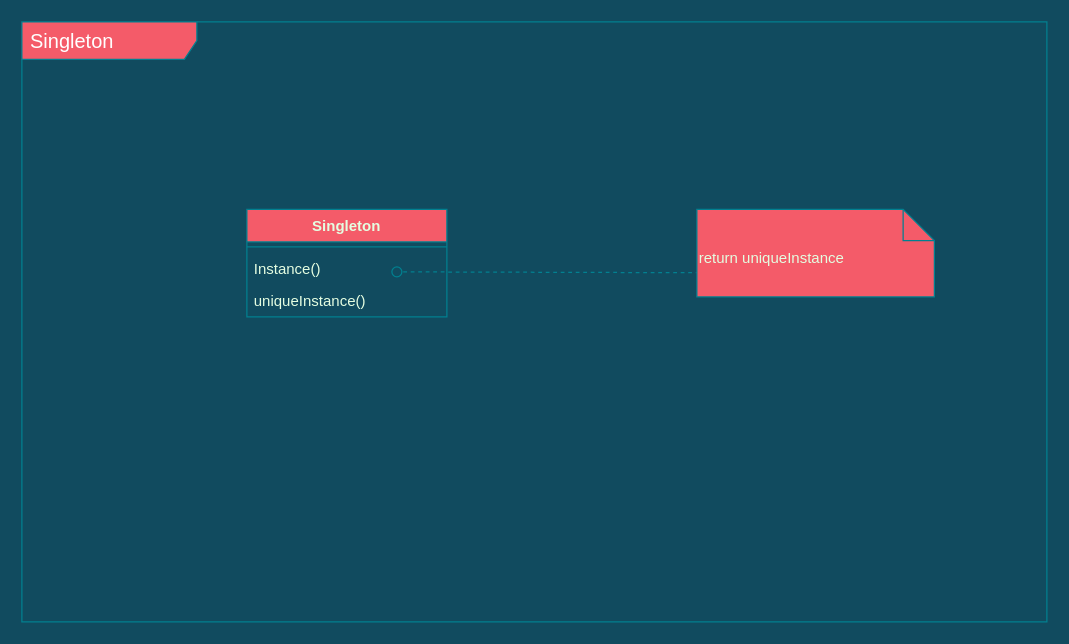
The draw.io diagram rhca.drawio in fanyixuanf/rhca, before the edit. Source tidied: cells renumbered, new cells numbered last; positions are measured from the earlier drawing's top-left corner, leaving out a move shared by most shapes. Both pictures are drawn from the tidied source at 125%, with x=0, y=0 at pixel (21, 21).
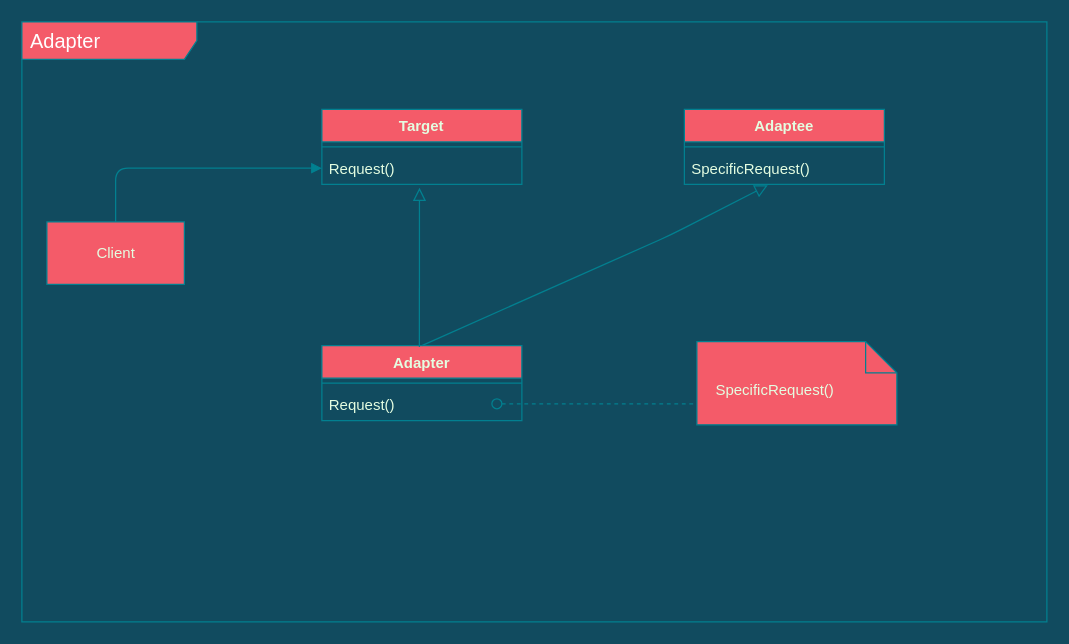
The same diagram, later.

The edit, as a diff of the source:
```diff
@@
-    <mxCell id="2" value="&lt;span style=&quot;font-size: 16px&quot;&gt;&lt;font color=&quot;#ffffff&quot;&gt;Singleton&lt;/font&gt;&lt;/span&gt;" style="shape=umlFrame;whiteSpace=wrap;html=1;width=140;height=30;boundedLbl=1;verticalAlign=middle;align=left;spacingLeft=5;fillColor=#F45B69;strokeColor=#028090;fontColor=#E4FDE1;" parent="1" vertex="1">
+    <mxCell id="2" value="&lt;span style=&quot;font-size: 16px&quot;&gt;&lt;font color=&quot;#ffffff&quot;&gt;Adapter&lt;/font&gt;&lt;/span&gt;" style="shape=umlFrame;whiteSpace=wrap;html=1;width=140;height=30;boundedLbl=1;verticalAlign=middle;align=left;spacingLeft=5;fillColor=#F45B69;strokeColor=#028090;fontColor=#E4FDE1;" parent="1" vertex="1">
       <mxGeometry width="820" height="480" as="geometry" />
     </mxCell>
-    <mxCell id="3" style="endArrow=oval;dashed=1;endFill=0;endSize=8;html=1;rounded=0;exitX=0.011;exitY=0.724;exitDx=0;exitDy=0;exitPerimeter=0;entryX=0.75;entryY=0.615;entryDx=0;entryDy=0;entryPerimeter=0;labelBackgroundColor=#114B5F;strokeColor=#028090;fontColor=#E4FDE1;" parent="1" edge="1" source="4" target="7">
-      <mxGeometry relative="1" as="geometry" />
-    </mxCell>
-    <mxCell id="4" value="return uniqueInstance" style="shape=note2;boundedLbl=1;whiteSpace=wrap;html=1;size=25;verticalAlign=top;align=left;rounded=0;sketch=0;fontColor=#E4FDE1;strokeColor=#028090;fillColor=#F45B69;" parent="1" vertex="1">
-      <mxGeometry x="540" y="150" width="190" height="70" as="geometry" />
+    <mxCell id="4" value="&amp;nbsp; &amp;nbsp; SpecificRequest()" style="shape=note2;boundedLbl=1;whiteSpace=wrap;html=1;size=25;verticalAlign=top;align=left;rounded=0;sketch=0;fontColor=#E4FDE1;strokeColor=#028090;fillColor=#F45B69;" parent="1" vertex="1">
+      <mxGeometry x="540" y="255.8" width="160" height="66.5" as="geometry" />
     </mxCell>
-    <mxCell id="5" value="Singleton" style="swimlane;fontStyle=1;align=center;verticalAlign=top;horizontal=1;startSize=26;fillColor=#F45B69;strokeColor=#028090;fontColor=#E4FDE1;" parent="1" vertex="1">
-      <mxGeometry x="180" y="150" width="160" height="86" as="geometry" />
+    <mxCell id="5" value="Adapter" style="swimlane;fontStyle=1;align=center;verticalAlign=top;horizontal=1;startSize=26;fillColor=#F45B69;strokeColor=#028090;fontColor=#E4FDE1;" parent="1" vertex="1">
+      <mxGeometry x="240" y="259" width="160" height="60" as="geometry" />
     </mxCell>
@@
+    <mxCell id="9" style="endArrow=none;startArrow=oval;endFill=0;startFill=0;html=1;verticalAlign=bottom;labelBackgroundColor=none;strokeWidth=1;startSize=8;endSize=8;rounded=1;sketch=0;fontColor=#E4FDE1;fillColor=#F45B69;curved=0;dashed=1;strokeColor=#028090;" parent="5" edge="1">
+      <mxGeometry relative="1" as="geometry">
+        <mxPoint x="140" y="46.5" as="sourcePoint" />
+        <mxPoint x="300" y="46.5" as="targetPoint" />
+      </mxGeometry>
+    </mxCell>
-    <mxCell id="7" value="Instance()" style="text;strokeColor=none;fillColor=none;align=left;verticalAlign=top;spacingLeft=4;spacingRight=4;overflow=hidden;points=[[0,0.5],[1,0.5]];portConstraint=eastwest;fontColor=#E4FDE1;" parent="5" vertex="1">
+    <mxCell id="7" value="Request()" style="text;strokeColor=none;fillColor=none;align=left;verticalAlign=top;spacingLeft=4;spacingRight=4;overflow=hidden;points=[[0,0.5],[1,0.5]];portConstraint=eastwest;fontColor=#E4FDE1;" parent="5" vertex="1">
       <mxGeometry y="34" width="160" height="26" as="geometry" />
     </mxCell>
-    <mxCell id="8" value="uniqueInstance()" style="text;strokeColor=none;fillColor=none;align=left;verticalAlign=top;spacingLeft=4;spacingRight=4;overflow=hidden;fontColor=#E4FDE1;" parent="5" vertex="1">
-      <mxGeometry y="60" width="160" height="26" as="geometry" />
+    <mxCell id="8" value="Adaptee" style="swimlane;fontStyle=1;align=center;verticalAlign=top;horizontal=1;startSize=26;fillColor=#F45B69;strokeColor=#028090;fontColor=#E4FDE1;" parent="1" vertex="1">
+      <mxGeometry x="530" y="70" width="160" height="60" as="geometry" />
     </mxCell>
+    <mxCell id="10" style="line;strokeWidth=1;fillColor=none;align=left;verticalAlign=middle;spacingTop=-1;spacingLeft=3;spacingRight=3;labelPosition=right;strokeColor=#028090;fontColor=#E4FDE1;labelBackgroundColor=#114B5F;" parent="8" vertex="1">
+      <mxGeometry y="26" width="160" height="8" as="geometry" />
+    </mxCell>
+    <mxCell id="11" value="SpecificRequest()" style="text;strokeColor=none;fillColor=none;align=left;verticalAlign=top;spacingLeft=4;spacingRight=4;overflow=hidden;points=[[0,0.5],[1,0.5]];portConstraint=eastwest;fontColor=#E4FDE1;" parent="8" vertex="1">
+      <mxGeometry y="34" width="160" height="26" as="geometry" />
+    </mxCell>
+    <mxCell id="12" value="Target" style="swimlane;fontStyle=1;align=center;verticalAlign=top;horizontal=1;startSize=26;fillColor=#F45B69;strokeColor=#028090;fontColor=#E4FDE1;" parent="1" vertex="1">
+      <mxGeometry x="240" y="70" width="160" height="60" as="geometry" />
+    </mxCell>
+    <mxCell id="13" style="line;strokeWidth=1;fillColor=none;align=left;verticalAlign=middle;spacingTop=-1;spacingLeft=3;spacingRight=3;labelPosition=right;strokeColor=#028090;fontColor=#E4FDE1;labelBackgroundColor=#114B5F;" parent="12" vertex="1">
+      <mxGeometry y="26" width="160" height="8" as="geometry" />
+    </mxCell>
+    <mxCell id="14" value="Request()" style="text;strokeColor=none;fillColor=none;align=left;verticalAlign=top;spacingLeft=4;spacingRight=4;overflow=hidden;points=[[0,0.5],[1,0.5]];portConstraint=eastwest;fontColor=#E4FDE1;" parent="12" vertex="1">
+      <mxGeometry y="34" width="160" height="26" as="geometry" />
+    </mxCell>
+    <mxCell id="15" value="Client" style="html=1;fillColor=#F45B69;strokeColor=#028090;fontColor=#E4FDE1;" parent="1" vertex="1">
+      <mxGeometry x="20" y="160" width="110" height="50" as="geometry" />
+    </mxCell>
+    <mxCell id="16" style="html=1;verticalAlign=bottom;labelBackgroundColor=none;endArrow=block;endFill=1;rounded=1;sketch=0;fontColor=#E4FDE1;strokeColor=#028090;fillColor=#F45B69;curved=0;exitX=0.5;exitY=0;exitDx=0;exitDy=0;entryX=0;entryY=0.5;entryDx=0;entryDy=0;" parent="1" edge="1" source="15" target="14">
+      <mxGeometry relative="1" as="geometry">
+        <Array as="points">
+          <mxPoint x="75" y="117" />
+        </Array>
+      </mxGeometry>
+    </mxCell>
+    <mxCell id="17" style="endArrow=block;startArrow=none;endFill=0;startFill=0;endSize=8;html=1;verticalAlign=bottom;labelBackgroundColor=none;rounded=1;sketch=0;fontColor=#E4FDE1;strokeColor=#028090;fillColor=#F45B69;curved=0;entryX=0.488;entryY=1.103;entryDx=0;entryDy=0;entryPerimeter=0;" parent="1" edge="1" target="14">
+      <mxGeometry relative="1" as="geometry">
+        <mxPoint x="318" y="260" as="sourcePoint" />
+      </mxGeometry>
+    </mxCell>
+    <mxCell id="18" style="endArrow=block;startArrow=none;endFill=0;startFill=0;endSize=8;html=1;verticalAlign=bottom;labelBackgroundColor=none;rounded=1;sketch=0;fontColor=#E4FDE1;strokeColor=#028090;fillColor=#F45B69;curved=0;entryX=0.417;entryY=1.026;entryDx=0;entryDy=0;entryPerimeter=0;exitX=0.5;exitY=0;exitDx=0;exitDy=0;" parent="1" edge="1" source="5" target="11">
+      <mxGeometry relative="1" as="geometry">
+        <Array as="points">
+          <mxPoint x="520" y="170" />
+        </Array>
+      </mxGeometry>
+    </mxCell>
```
